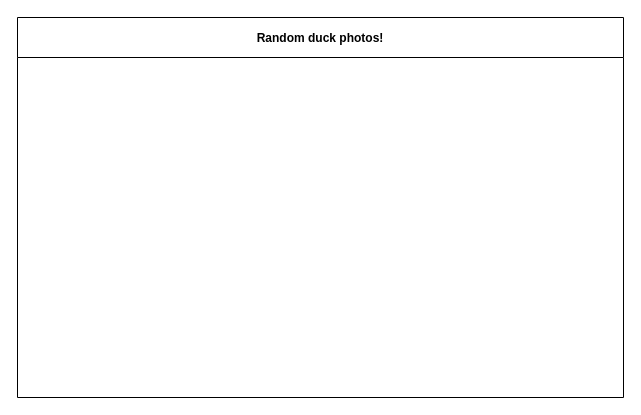
This is design/storyboard.drawio from MTHS-ICS2O-2-2022/ICS2O-Assignment-06-Yuri-Gabutero24, a draw.io file, before an edit. Source tidied: cells renumbered, new cells numbered last; positions are measured from the earlier drawing's top-left corner, leaving out a move shared by most shapes. Both pictures are drawn from the tidied source at 100%, with x=0, y=0 at pixel (17, 17).
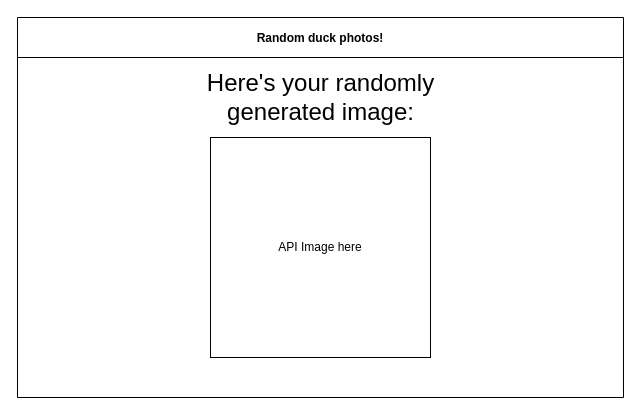
The same diagram, later.

Change to the diagram source:
```diff
@@
 <mxGraphModel>
   <root>
     <mxCell id="0" />
     <mxCell id="1" parent="0" />
     <mxCell id="2" value="Random duck photos!" style="swimlane;startSize=40;" parent="1" vertex="1">
       <mxGeometry width="606" height="380" as="geometry" />
     </mxCell>
+    <mxCell id="3" value="API Image here" style="whiteSpace=wrap;html=1;" parent="2" vertex="1">
+      <mxGeometry x="193" y="120" width="220" height="220" as="geometry" />
+    </mxCell>
+    <mxCell id="4" value="&lt;font style=&quot;font-size: 24px;&quot;&gt;Here's your randomly generated image:&lt;/font&gt;" style="text;html=1;strokeColor=none;fillColor=none;align=center;verticalAlign=middle;whiteSpace=wrap;rounded=0;" parent="2" vertex="1">
+      <mxGeometry x="169.5" y="40" width="267" height="80" as="geometry" />
+    </mxCell>
   </root>
 </mxGraphModel>
```
